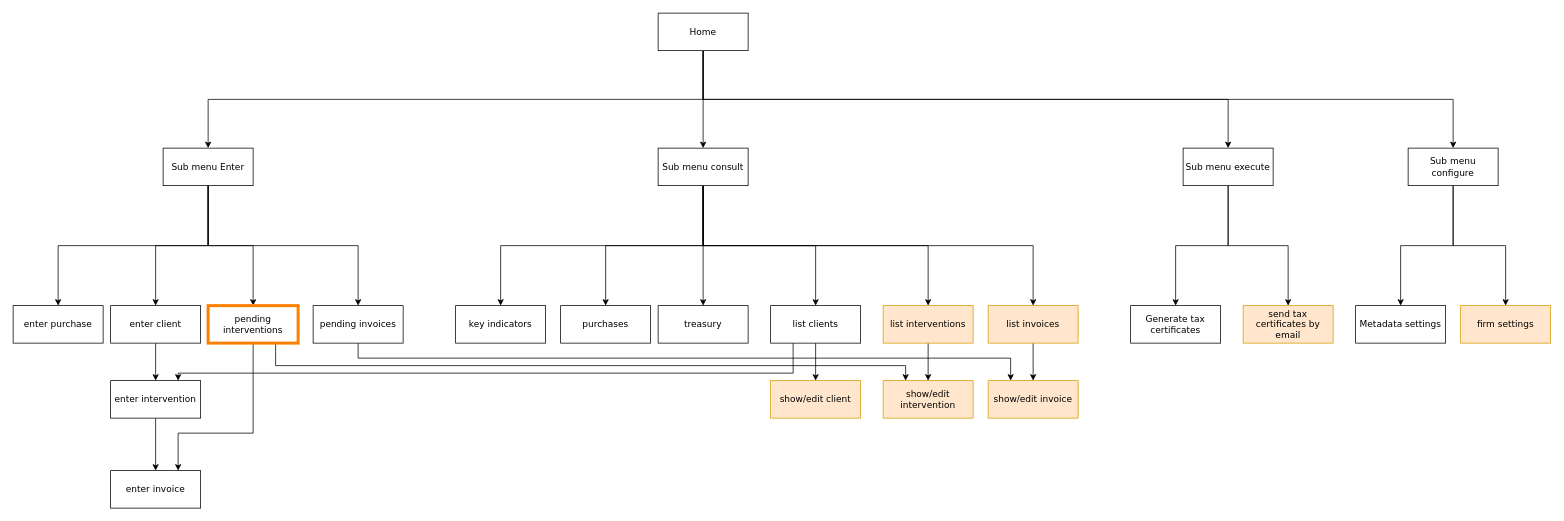
Before: conception/navigation_diagram.drawio in phileas29/business_management, a draw.io diagram. Source tidied: cells renumbered, new cells numbered last; positions are measured from the earlier drawing's top-left corner, leaving out a move shared by most shapes. Both pictures are drawn from the tidied source at 75%, with x=0, y=0 at pixel (13, 13).
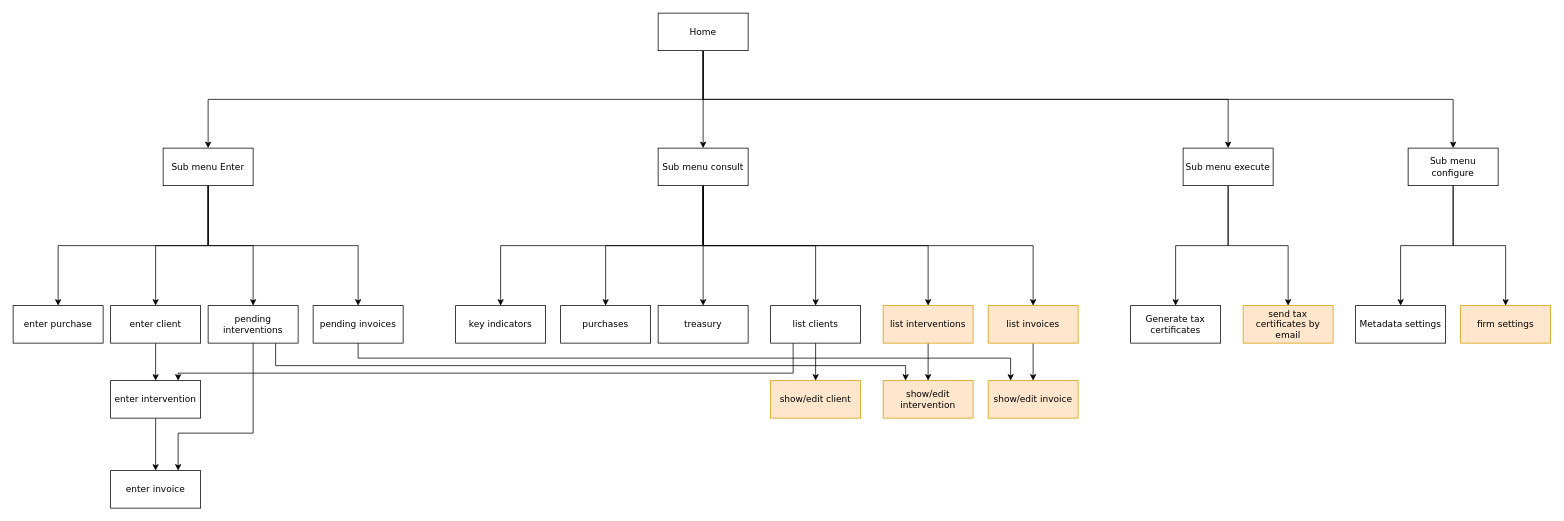
Above is the later version.

Change to the diagram source:
```diff
@@
-    <mxCell id="30" value="pending interventions" style="whiteSpace=wrap;html=1;rounded=0;shadow=0;comic=0;labelBackgroundColor=none;strokeWidth=4;fontFamily=Verdana;fontSize=12;align=center;fillColor=default;strokeColor=#FF8000;" parent="1" vertex="1">
+    <mxCell id="30" value="pending interventions" style="whiteSpace=wrap;html=1;rounded=0;shadow=0;comic=0;labelBackgroundColor=none;strokeWidth=1;fontFamily=Verdana;fontSize=12;align=center;" parent="1" vertex="1">
       <mxGeometry x="260" y="390" width="120" height="50" as="geometry" />
     </mxCell>
```
